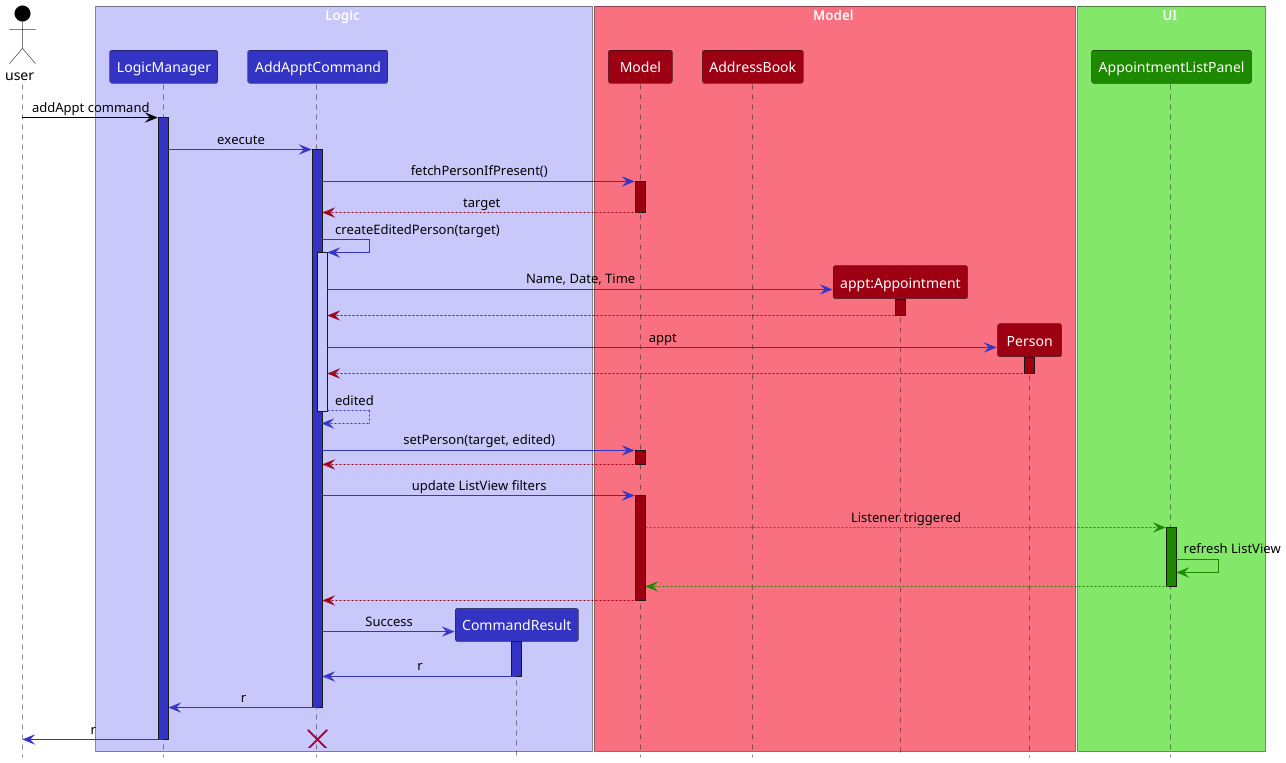
Earlier version of the PlantUML export docs/images/AddApptCommandSequenceDiagram.png (nus-cs2103-AY2425S1/tp).
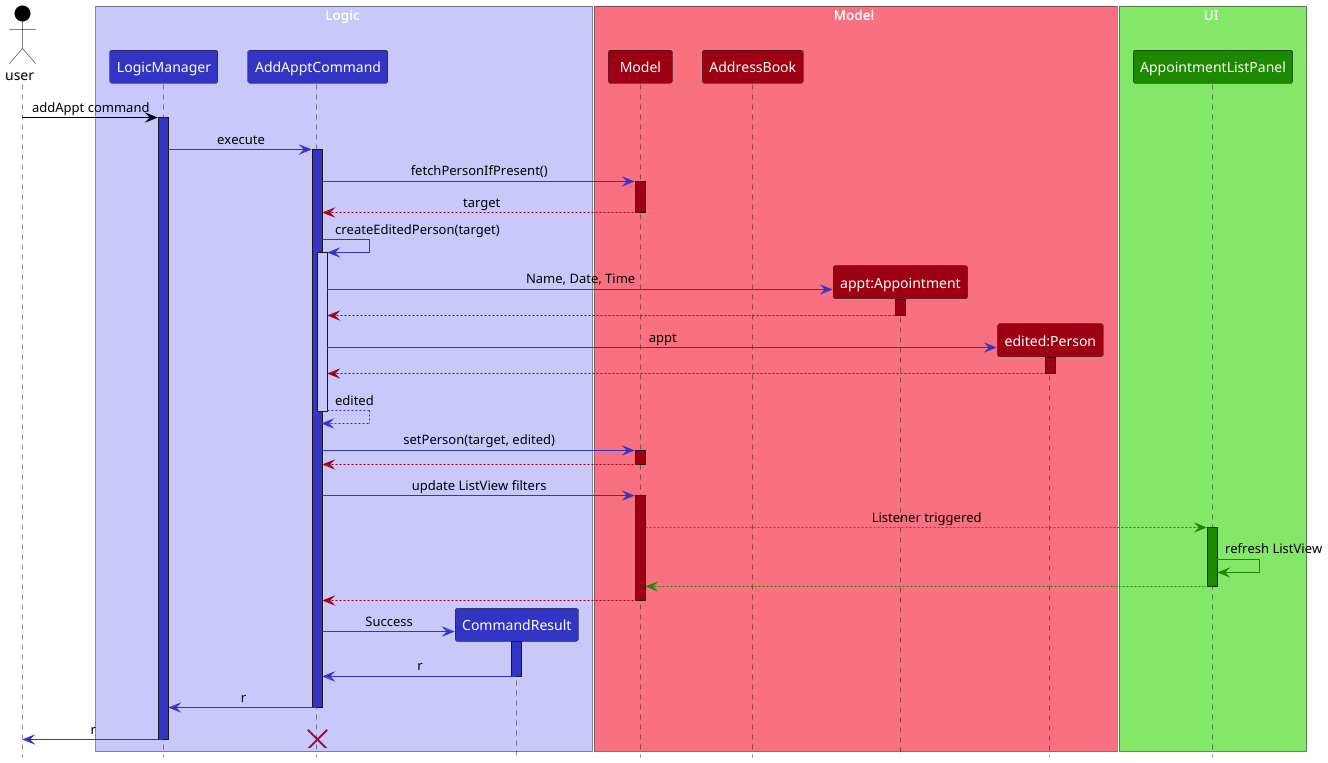
Above is the later version.

Commit message:
Add missing name in puml

What changed in the source:
```diff
@@ -14,7 +14,7 @@
 participant "Model" as Model MODEL_COLOR
 participant "AddressBook" as AddressBook MODEL_COLOR
 participant "appt:Appointment" as Appt MODEL_COLOR
-participant "Person" as Person MODEL_COLOR
+participant "edited:Person" as Person MODEL_COLOR
 end box
 
 box UI UI_COLOR_T1
```
